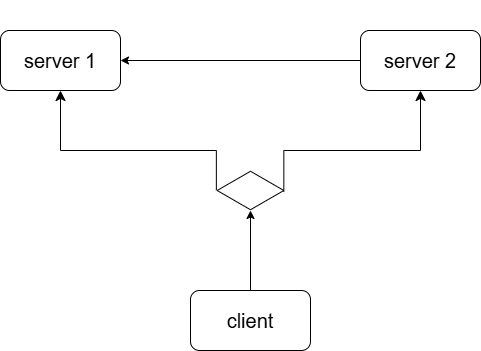
This is images/run.png from SmidaMohamedTaher/TCP-Servers-Client-two-servers-, a draw.io export, as it was before one commit. Source tidied: cells renumbered, new cells last; positions are measured from the earlier drawing's top-left corner, leaving out a move shared by most shapes.
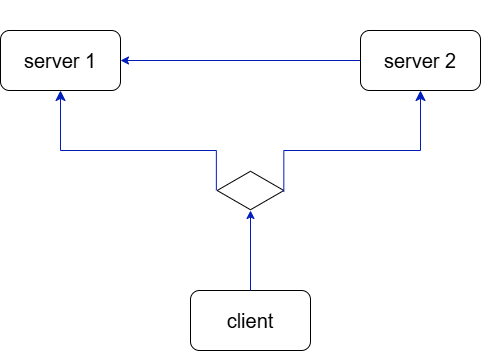
After the commit.

What changed in the source:
```diff
@@ -23,7 +23,7 @@
     <mxCell id="8" value="&lt;font style=&quot;font-size: 18px;&quot;&gt;1 - running&lt;/font&gt;" style="text;html=1;align=center;verticalAlign=middle;whiteSpace=wrap;rounded=0;fontColor=light-dark(#ffffff, #ededed);" parent="1" vertex="1">
       <mxGeometry x="7" width="103" height="30" as="geometry" />
     </mxCell>
-    <mxCell id="9" style="endArrow=classic;html=1;entryX=1;entryY=0.5;entryDx=0;entryDy=0;exitX=0;exitY=0.5;exitDx=0;exitDy=0;fontSize=16;" parent="1" edge="1" source="4" target="2">
+    <mxCell id="9" style="endArrow=classic;html=1;entryX=1;entryY=0.5;entryDx=0;entryDy=0;exitX=0;exitY=0.5;exitDx=0;exitDy=0;fontSize=16;fillColor=#0050ef;strokeColor=#001DBC;" parent="1" edge="1" source="4" target="2">
       <mxGeometry relative="1" as="geometry" />
     </mxCell>
     <mxCell id="10" value="3 - conect to&amp;nbsp;" style="edgeLabel;html=1;align=center;verticalAlign=middle;fontSize=17;labelBackgroundColor=none;labelBorderColor=none;fontColor=light-dark(#ffffff, #ededed);" parent="9" vertex="1">
@@ -37,17 +37,17 @@
     <mxCell id="12" style="html=1;whiteSpace=wrap;shape=isoRectangle;" parent="1" vertex="1">
       <mxGeometry x="216.7" y="170" width="66.7" height="40" as="geometry" />
     </mxCell>
-    <mxCell id="13" style="endArrow=classic;html=1;exitX=0.5;exitY=0;exitDx=0;exitDy=0;" parent="1" edge="1" source="6" target="12">
+    <mxCell id="13" style="endArrow=classic;html=1;exitX=0.5;exitY=0;exitDx=0;exitDy=0;fillColor=#0050ef;strokeColor=#001DBC;" parent="1" edge="1" source="6" target="12">
       <mxGeometry relative="1" as="geometry" />
     </mxCell>
-    <mxCell id="14" style="edgeStyle=elbowEdgeStyle;elbow=vertical;endArrow=classic;html=1;curved=0;rounded=0;endSize=8;startSize=8;entryX=0.5;entryY=1;entryDx=0;entryDy=0;exitX=1;exitY=0.529;exitDx=0;exitDy=0;exitPerimeter=0;" parent="1" edge="1" source="12" target="4">
+    <mxCell id="14" style="edgeStyle=elbowEdgeStyle;elbow=vertical;endArrow=classic;html=1;curved=0;rounded=0;endSize=8;startSize=8;entryX=0.5;entryY=1;entryDx=0;entryDy=0;exitX=1;exitY=0.529;exitDx=0;exitDy=0;exitPerimeter=0;fillColor=#0050ef;strokeColor=#001DBC;" parent="1" edge="1" source="12" target="4">
       <mxGeometry relative="1" as="geometry">
         <Array as="points">
           <mxPoint x="350" y="150" />
         </Array>
       </mxGeometry>
     </mxCell>
-    <mxCell id="15" style="edgeStyle=elbowEdgeStyle;elbow=vertical;endArrow=classic;html=1;curved=0;rounded=0;endSize=8;startSize=8;entryX=0.5;entryY=1;entryDx=0;entryDy=0;exitX=-0.012;exitY=0.497;exitDx=0;exitDy=0;exitPerimeter=0;" parent="1" edge="1" source="12" target="2">
+    <mxCell id="15" style="edgeStyle=elbowEdgeStyle;elbow=vertical;endArrow=classic;html=1;curved=0;rounded=0;endSize=8;startSize=8;entryX=0.5;entryY=1;entryDx=0;entryDy=0;exitX=-0.012;exitY=0.497;exitDx=0;exitDy=0;exitPerimeter=0;fillColor=#0050ef;strokeColor=#001DBC;" parent="1" edge="1" source="12" target="2">
       <mxGeometry relative="1" as="geometry">
         <Array as="points">
           <mxPoint x="120" y="150" />
```
